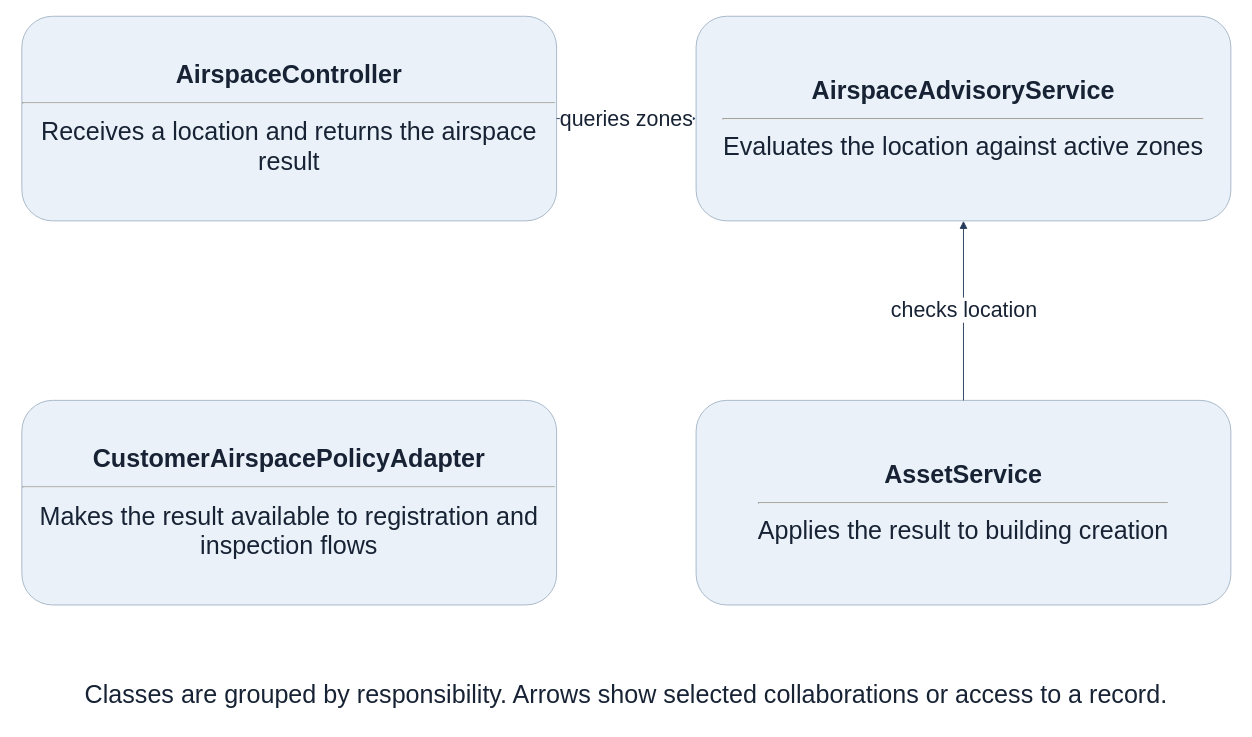
This is page "FE-04 Airspace Screening and Advisories" (10 of 19) of diagrams/smartdrone-class-diagrams.drawio from tungbach12/SmartDroneInspection-Docs, a draw.io file, before an edit. Source tidied: cells renumbered, new cells numbered last; positions are measured from the earlier drawing's top-left corner, leaving out a move shared by most shapes. Both pictures are drawn from the tidied source at 93%, with x=0, y=0 at pixel (21, 16).
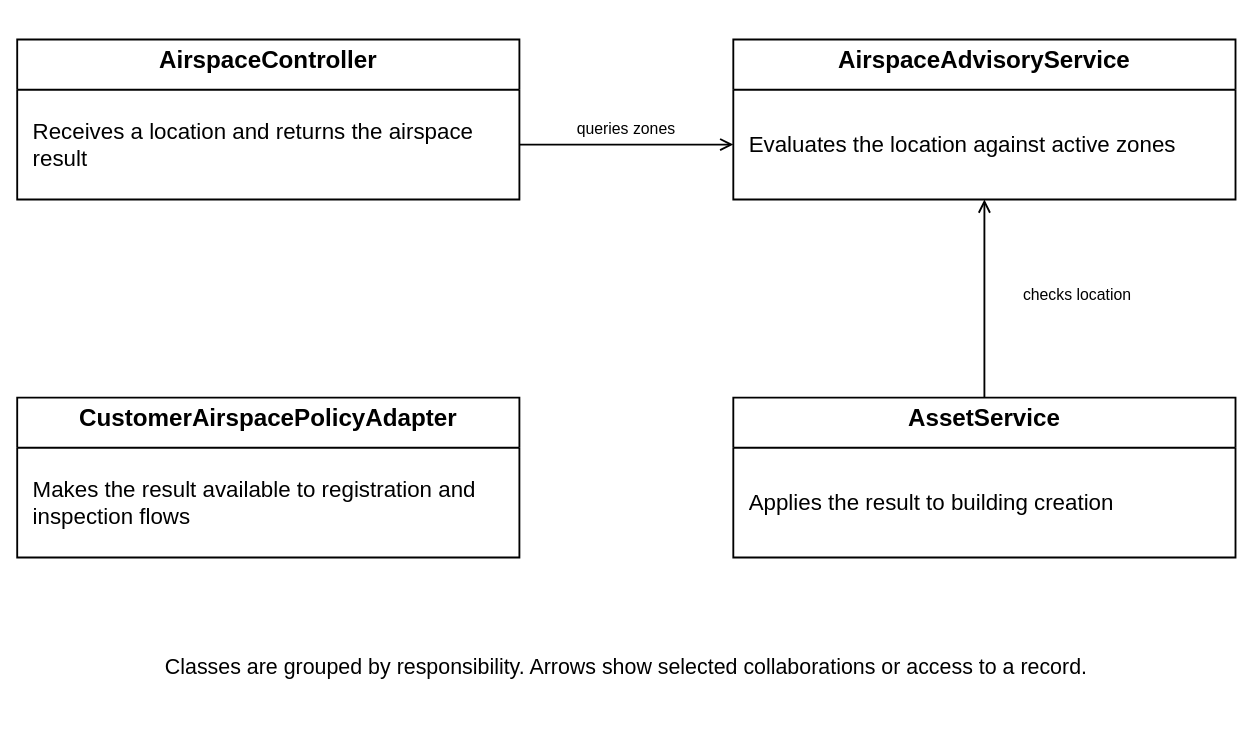
After the change.

Diff of the diagram source:
```diff
@@
-<mxGraphModel>
+<mxGraphModel background="#ffffff">
   <root>
     <mxCell id="0" />
     <mxCell id="1" parent="0" />
-    <mxCell id="2" value="&lt;b&gt;AirspaceController&lt;/b&gt;&lt;hr&gt;Receives a location and returns the airspace result" style="rounded=1;whiteSpace=wrap;html=1;fillColor=#EAF1F8;strokeColor=#A5B6C8;fontColor=#172334;fontSize=27;" parent="1" vertex="1">
-      <mxGeometry width="575" height="220" as="geometry" />
+    <mxCell id="2" value="AirspaceController" style="swimlane;fontStyle=1;align=center;verticalAlign=top;horizontal=1;startSize=54;whiteSpace=wrap;html=1;fillColor=#ffffff;swimlaneFillColor=#ffffff;strokeColor=#000000;strokeWidth=2;fontColor=#000000;fontFamily=Helvetica;fontSize=26;" parent="1" vertex="1">
+      <mxGeometry x="-5" y="25" width="540" height="172" as="geometry" />
     </mxCell>
+    <mxCell id="9" value="Receives a location and returns the airspace result" style="text;strokeColor=none;fillColor=none;align=left;verticalAlign=middle;spacingLeft=15;spacingRight=15;overflow=hidden;html=1;fontColor=#000000;fontStyle=0;fontFamily=Helvetica;fontSize=24;whiteSpace=wrap;" parent="2" vertex="1">
+      <mxGeometry y="54" width="540" height="118" as="geometry" />
+    </mxCell>
-    <mxCell id="3" value="&lt;b&gt;AirspaceAdvisoryService&lt;/b&gt;&lt;hr&gt;Evaluates the location against active zones" style="rounded=1;whiteSpace=wrap;html=1;fillColor=#EAF1F8;strokeColor=#A5B6C8;fontColor=#172334;fontSize=27;" parent="1" vertex="1">
-      <mxGeometry x="725" width="575" height="220" as="geometry" />
+    <mxCell id="3" value="AirspaceAdvisoryService" style="swimlane;fontStyle=1;align=center;verticalAlign=top;horizontal=1;startSize=54;whiteSpace=wrap;html=1;fillColor=#ffffff;swimlaneFillColor=#ffffff;strokeColor=#000000;strokeWidth=2;fontColor=#000000;fontFamily=Helvetica;fontSize=26;" parent="1" vertex="1">
+      <mxGeometry x="765" y="25" width="540" height="172" as="geometry" />
     </mxCell>
+    <mxCell id="10" value="Evaluates the location against active zones" style="text;strokeColor=none;fillColor=none;align=left;verticalAlign=middle;spacingLeft=15;spacingRight=15;overflow=hidden;html=1;fontColor=#000000;fontStyle=0;fontFamily=Helvetica;fontSize=24;whiteSpace=wrap;" parent="3" vertex="1">
+      <mxGeometry y="54" width="540" height="118" as="geometry" />
+    </mxCell>
-    <mxCell id="4" value="&lt;b&gt;CustomerAirspacePolicyAdapter&lt;/b&gt;&lt;hr&gt;Makes the result available to registration and inspection flows" style="rounded=1;whiteSpace=wrap;html=1;fillColor=#EAF1F8;strokeColor=#A5B6C8;fontColor=#172334;fontSize=27;" parent="1" vertex="1">
-      <mxGeometry y="413" width="575" height="220" as="geometry" />
+    <mxCell id="4" value="CustomerAirspacePolicyAdapter" style="swimlane;fontStyle=1;align=center;verticalAlign=top;horizontal=1;startSize=54;whiteSpace=wrap;html=1;fillColor=#ffffff;swimlaneFillColor=#ffffff;strokeColor=#000000;strokeWidth=2;fontColor=#000000;fontFamily=Helvetica;fontSize=26;" parent="1" vertex="1">
+      <mxGeometry x="-5" y="410" width="540" height="172" as="geometry" />
     </mxCell>
+    <mxCell id="11" value="Makes the result available to registration and inspection flows" style="text;strokeColor=none;fillColor=none;align=left;verticalAlign=middle;spacingLeft=15;spacingRight=15;overflow=hidden;html=1;fontColor=#000000;fontStyle=0;fontFamily=Helvetica;fontSize=24;whiteSpace=wrap;" parent="4" vertex="1">
+      <mxGeometry y="54" width="540" height="118" as="geometry" />
+    </mxCell>
-    <mxCell id="5" value="&lt;b&gt;AssetService&lt;/b&gt;&lt;hr&gt;Applies the result to building creation" style="rounded=1;whiteSpace=wrap;html=1;fillColor=#EAF1F8;strokeColor=#A5B6C8;fontColor=#172334;fontSize=27;" parent="1" vertex="1">
-      <mxGeometry x="725" y="413" width="575" height="220" as="geometry" />
+    <mxCell id="5" value="AssetService" style="swimlane;fontStyle=1;align=center;verticalAlign=top;horizontal=1;startSize=54;whiteSpace=wrap;html=1;fillColor=#ffffff;swimlaneFillColor=#ffffff;strokeColor=#000000;strokeWidth=2;fontColor=#000000;fontFamily=Helvetica;fontSize=26;" parent="1" vertex="1">
+      <mxGeometry x="765" y="410" width="540" height="172" as="geometry" />
     </mxCell>
+    <mxCell id="12" value="Applies the result to building creation" style="text;strokeColor=none;fillColor=none;align=left;verticalAlign=middle;spacingLeft=15;spacingRight=15;overflow=hidden;html=1;fontColor=#000000;fontStyle=0;fontFamily=Helvetica;fontSize=24;whiteSpace=wrap;" parent="5" vertex="1">
+      <mxGeometry y="54" width="540" height="118" as="geometry" />
+    </mxCell>
-    <mxCell id="6" value="queries zones" style="endArrow=block;endFill=1;html=1;strokeColor=#233B59;fontColor=#172334;fontSize=23;" parent="1" edge="1" source="2" target="3">
+    <mxCell id="6" style="edgeStyle=orthogonalEdgeStyle;rounded=0;jettySize=auto;html=1;strokeColor=#000000;strokeWidth=2;endArrow=open;endFill=0;endSize=10;fontColor=#000000;fontFamily=Helvetica;fontSize=17;labelBackgroundColor=#ffffff;exitX=1;exitY=0.6569767441860465;exitDx=0;exitDy=0;entryX=0;entryY=0.6569767441860465;entryDx=0;entryDy=0;" parent="1" edge="1" source="2" target="3">
       <mxGeometry relative="1" as="geometry" />
     </mxCell>
+    <mxCell id="13" value="queries zones" style="text;html=1;strokeColor=none;fillColor=none;align=center;verticalAlign=middle;whiteSpace=wrap;fontColor=#000000;fontFamily=Helvetica;fontSize=17;" parent="1" vertex="1">
+      <mxGeometry x="538" y="111" width="224" height="22" as="geometry" />
+    </mxCell>
-    <mxCell id="7" value="checks location" style="endArrow=block;endFill=1;html=1;strokeColor=#233B59;fontColor=#172334;fontSize=23;" parent="1" edge="1" source="5" target="3">
+    <mxCell id="7" style="edgeStyle=orthogonalEdgeStyle;rounded=0;jettySize=auto;html=1;strokeColor=#000000;strokeWidth=2;endArrow=open;endFill=0;endSize=10;fontColor=#000000;fontFamily=Helvetica;fontSize=17;labelBackgroundColor=#ffffff;exitX=0.5;exitY=0;exitDx=0;exitDy=0;entryX=0.5;entryY=1;entryDx=0;entryDy=0;" parent="1" edge="1" source="5" target="3">
       <mxGeometry relative="1" as="geometry" />
     </mxCell>
+    <mxCell id="14" value="checks location" style="text;html=1;strokeColor=none;fillColor=none;align=center;verticalAlign=middle;whiteSpace=wrap;fontColor=#000000;fontFamily=Helvetica;fontSize=17;" parent="1" vertex="1">
+      <mxGeometry x="1023" y="290" width="224" height="22" as="geometry" />
+    </mxCell>
-    <mxCell id="8" value="Classes are grouped by responsibility. Arrows show selected collaborations or access to a record." style="text;html=1;whiteSpace=wrap;align=center;verticalAlign=middle;strokeColor=none;fillColor=none;fontColor=#172334;fontSize=27;" parent="1" vertex="1">
-      <mxGeometry y="702" width="1300" height="56" as="geometry" />
+    <mxCell id="8" value="Classes are grouped by responsibility. Arrows show selected collaborations or access to a record." style="text;html=1;strokeColor=none;fillColor=none;align=center;verticalAlign=middle;whiteSpace=wrap;fontColor=#000000;fontFamily=Helvetica;fontSize=23;" parent="1" vertex="1">
+      <mxGeometry y="670" width="1300" height="60" as="geometry" />
     </mxCell>
   </root>
 </mxGraphModel>
```
